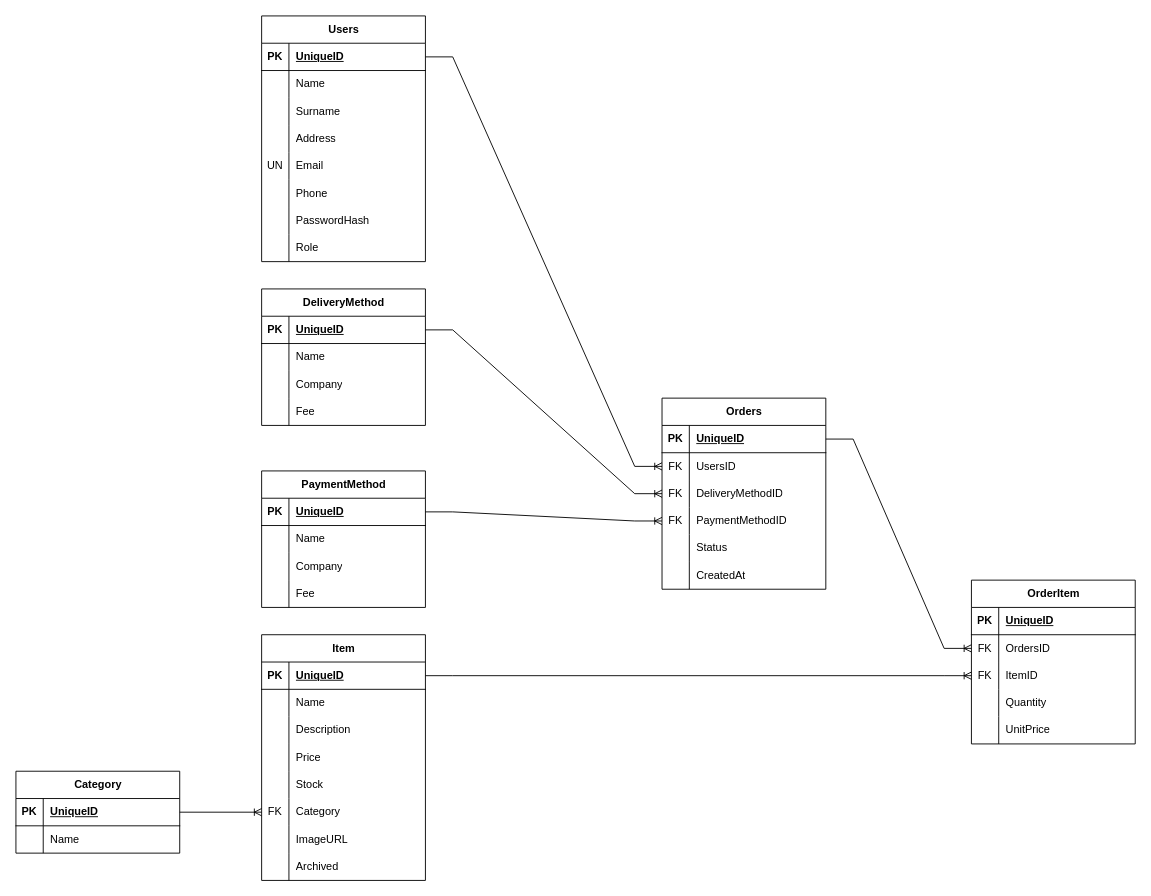
Before: database-diagram.drawio in 1xxalexx1/rp-wyrmhoard-eshop, a draw.io diagram. Source tidied: cells renumbered, new cells numbered last; positions are measured from the earlier drawing's top-left corner, leaving out a move shared by most shapes. Both pictures are drawn from the tidied source at 91%, with x=0, y=0 at pixel (15, 15).
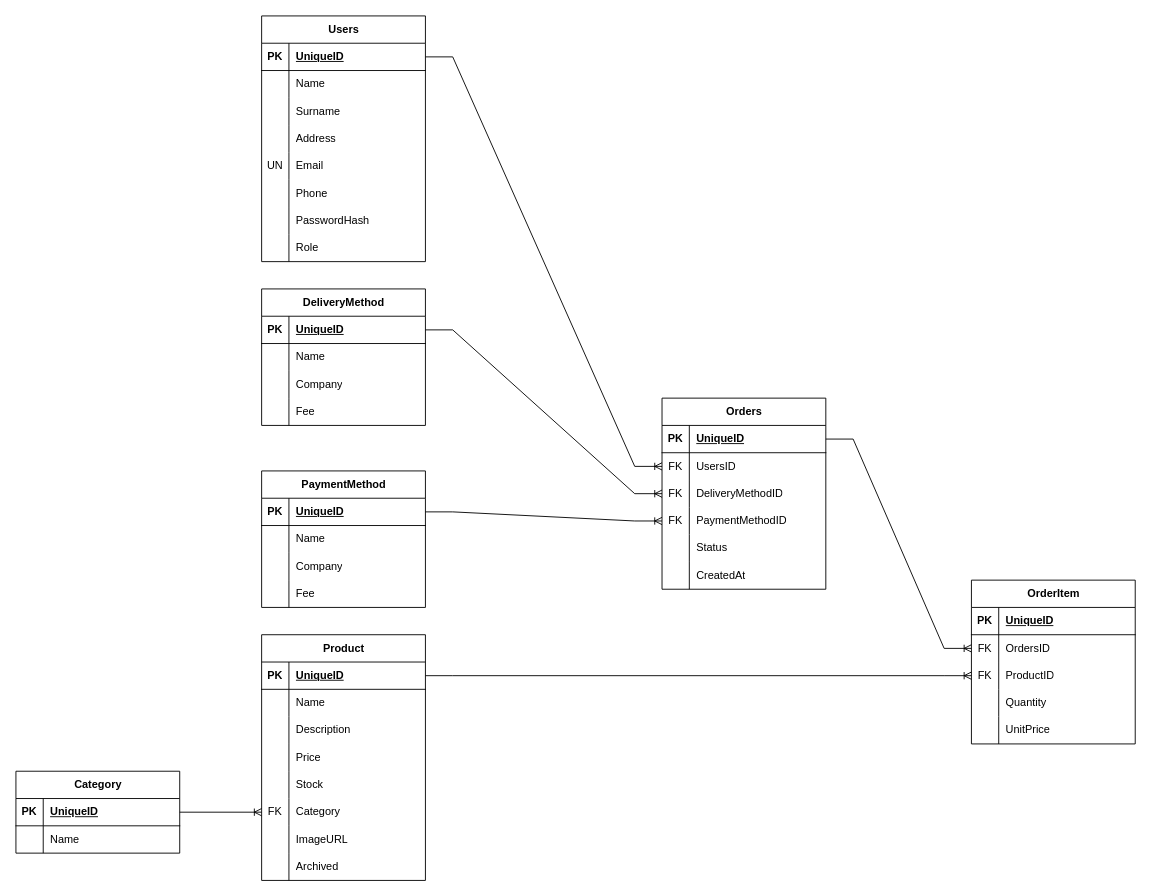
The same diagram, later.

Commit message (it also covers changes not shown here):
lint fix + changes to some support docs (db diagram + ai journal)

Unchanged cells that the change refers to:
```xml
<mxCell id="116" style="shape=tableRow;horizontal=0;startSize=0;swimlaneHead=0;swimlaneBody=0;fillColor=none;points=[[0,0.5],[1,0.5]];portConstraint=eastwest;top=0;left=0;right=0;bottom=0;" parent="109" vertex="1">
  <mxGeometry y="90" width="180" height="30" as="geometry" />
</mxCell>
```

Diff of the diagram source:
```diff
@@
-<mxGraphModel>
+<mxGraphModel background="light-dark(#FFFFFF,#121212)">
@@
-    <mxCell id="2" value="Item" style="shape=table;startSize=30;childLayout=tableLayout;rowLines=0;fontStyle=1;align=center;html=1;" parent="1" vertex="1">
+    <mxCell id="2" value="Product" style="shape=table;startSize=30;childLayout=tableLayout;rowLines=0;fontStyle=1;align=center;html=1;" parent="1" vertex="1">
       <mxGeometry x="270" y="680" width="180" height="270" as="geometry" />
     </mxCell>
@@
-    <mxCell id="118" value="ItemID" style="shape=partialRectangle;fillColor=none;top=0;left=0;bottom=0;right=0;align=left;spacingLeft=6;overflow=hidden;whiteSpace=wrap;html=1;" parent="116" vertex="1">
+    <mxCell id="118" value="ProductID" style="shape=partialRectangle;fillColor=none;top=0;left=0;bottom=0;right=0;align=left;spacingLeft=6;overflow=hidden;whiteSpace=wrap;html=1;" parent="116" vertex="1">
       <mxGeometry x="30" width="150" height="30" as="geometry" />
     </mxCell>
```
